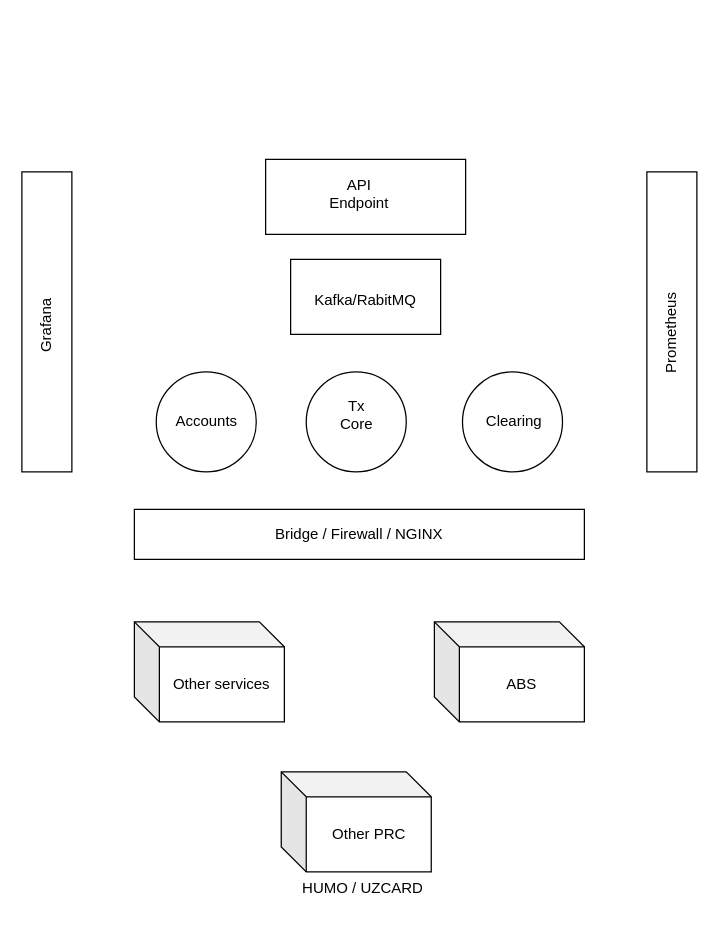
This is Untitled Diagram.drawio from bobomurod/eduLinks, a draw.io file, before an edit. Source tidied: cells renumbered, new cells numbered last; positions are measured from the earlier drawing's top-left corner, leaving out a move shared by most shapes. Both pictures are drawn from the tidied source at 125%, with x=0, y=0 at pixel (21, 159). Pictures stored in the file or linked from it are replaced by grey dashed boxes.
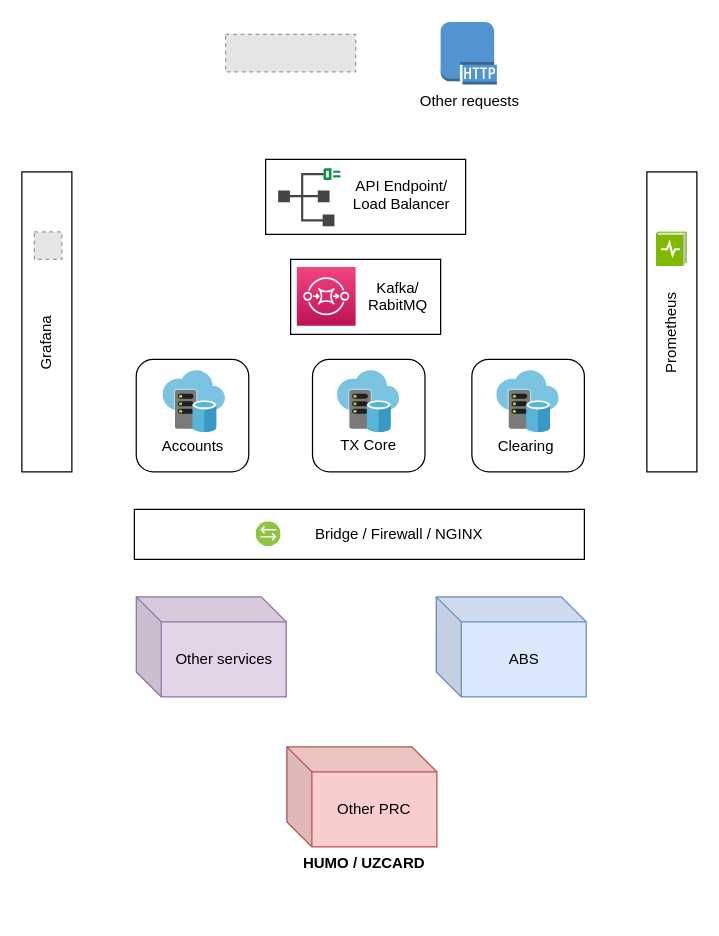
After the change.

Change to the diagram source:
```diff
@@
+    <mxCell id="23" style="rounded=1;whiteSpace=wrap;html=1;" parent="1" vertex="1">
+      <mxGeometry x="91.5" y="160" width="90" height="90" as="geometry" />
+    </mxCell>
@@
-    <mxCell id="3" value="&lt;div&gt;API Endpoint&lt;/div&gt;&lt;div&gt;&lt;br&gt;&lt;/div&gt;" style="text;html=1;strokeColor=none;fillColor=none;align=center;verticalAlign=middle;whiteSpace=wrap;rounded=0;" parent="1" vertex="1">
-      <mxGeometry x="250" y="25" width="40" height="20" as="geometry" />
+    <mxCell id="3" value="&lt;div&gt;API Endpoint/ Load Balancer&lt;/div&gt;&lt;div&gt;&lt;br&gt;&lt;/div&gt;" style="text;html=1;strokeColor=none;fillColor=none;align=center;verticalAlign=middle;whiteSpace=wrap;rounded=0;" parent="1" vertex="1">
+      <mxGeometry x="253.5" y="26" width="100" height="20" as="geometry" />
     </mxCell>
@@
-    <mxCell id="5" value="&lt;div&gt;Kafka/RabitMQ&lt;/div&gt;&lt;div&gt;&lt;br&gt;&lt;/div&gt;" style="text;html=1;strokeColor=none;fillColor=none;align=center;verticalAlign=middle;whiteSpace=wrap;rounded=0;" parent="1" vertex="1">
-      <mxGeometry x="255" y="110" width="40" height="20" as="geometry" />
+    <mxCell id="5" value="&lt;div&gt;Kafka/&lt;/div&gt;&lt;div&gt;RabitMQ&lt;/div&gt;&lt;div&gt;&lt;br&gt;&lt;/div&gt;" style="text;html=1;strokeColor=none;fillColor=none;align=center;verticalAlign=middle;whiteSpace=wrap;rounded=0;" parent="1" vertex="1">
+      <mxGeometry x="281" y="107" width="40" height="20" as="geometry" />
     </mxCell>
-    <mxCell id="6" style="ellipse;whiteSpace=wrap;html=1;" parent="1" vertex="1">
-      <mxGeometry x="227.5" y="170" width="80" height="80" as="geometry" />
-    </mxCell>
-    <mxCell id="7" style="ellipse;whiteSpace=wrap;html=1;" parent="1" vertex="1">
-      <mxGeometry x="352.5" y="170" width="80" height="80" as="geometry" />
-    </mxCell>
-    <mxCell id="8" style="ellipse;whiteSpace=wrap;html=1;" parent="1" vertex="1">
-      <mxGeometry x="107.5" y="170" width="80" height="80" as="geometry" />
-    </mxCell>
-    <mxCell id="9" value="Accounts" style="text;html=1;strokeColor=none;fillColor=none;align=center;verticalAlign=middle;whiteSpace=wrap;rounded=0;" parent="1" vertex="1">
-      <mxGeometry x="127.5" y="200" width="40" height="20" as="geometry" />
-    </mxCell>
-    <mxCell id="10" value="&lt;div&gt;Tx Core&lt;/div&gt;&lt;div&gt;&lt;br&gt;&lt;/div&gt;" style="text;html=1;strokeColor=none;fillColor=none;align=center;verticalAlign=middle;whiteSpace=wrap;rounded=0;" parent="1" vertex="1">
-      <mxGeometry x="247.5" y="202" width="40" height="20" as="geometry" />
-    </mxCell>
-    <mxCell id="11" value="Clearing" style="text;html=1;strokeColor=none;fillColor=none;align=center;verticalAlign=middle;whiteSpace=wrap;rounded=0;" parent="1" vertex="1">
-      <mxGeometry x="374" y="200" width="40" height="20" as="geometry" />
-    </mxCell>
@@
     <mxCell id="13" value="&lt;div&gt;Grafana&lt;/div&gt;" style="text;html=1;strokeColor=none;fillColor=none;align=center;verticalAlign=middle;whiteSpace=wrap;rounded=0;rotation=-90;" parent="1" vertex="1">
-      <mxGeometry y="123" width="40" height="20" as="geometry" />
+      <mxGeometry y="137" width="40" height="20" as="geometry" />
     </mxCell>
@@
     <mxCell id="17" value="Bridge / Firewall / NGINX" style="text;html=1;strokeColor=none;fillColor=none;align=center;verticalAlign=middle;whiteSpace=wrap;rounded=0;" parent="1" vertex="1">
-      <mxGeometry x="60" y="290" width="420" height="20" as="geometry" />
+      <mxGeometry x="92" y="290" width="420" height="20" as="geometry" />
     </mxCell>
@@
-    <mxCell id="19" value="&lt;div&gt;ABS&lt;/div&gt;" style="shape=cube;whiteSpace=wrap;html=1;boundedLbl=1;backgroundOutline=1;darkOpacity=0.05;darkOpacity2=0.1;direction=east;" parent="1" vertex="1">
-      <mxGeometry x="330" y="370" width="120" height="80" as="geometry" />
+    <mxCell id="19" value="&lt;div&gt;ABS&lt;/div&gt;" style="shape=cube;whiteSpace=wrap;html=1;boundedLbl=1;backgroundOutline=1;darkOpacity=0.05;darkOpacity2=0.1;direction=east;fillColor=#dae8fc;strokeColor=#6c8ebf;" parent="1" vertex="1">
+      <mxGeometry x="331.5" y="350" width="120" height="80" as="geometry" />
     </mxCell>
-    <mxCell id="20" value="Other services" style="shape=cube;whiteSpace=wrap;html=1;boundedLbl=1;backgroundOutline=1;darkOpacity=0.05;darkOpacity2=0.1;" parent="1" vertex="1">
-      <mxGeometry x="90" y="370" width="120" height="80" as="geometry" />
+    <mxCell id="20" value="Other services" style="shape=cube;whiteSpace=wrap;html=1;boundedLbl=1;backgroundOutline=1;darkOpacity=0.05;darkOpacity2=0.1;fillColor=#e1d5e7;strokeColor=#9673a6;" parent="1" vertex="1">
+      <mxGeometry x="91.5" y="350" width="120" height="80" as="geometry" />
     </mxCell>
-    <mxCell id="21" value="Other PRC" style="shape=cube;whiteSpace=wrap;html=1;boundedLbl=1;backgroundOutline=1;darkOpacity=0.05;darkOpacity2=0.1;" parent="1" vertex="1">
-      <mxGeometry x="207.5" y="490" width="120" height="80" as="geometry" />
+    <mxCell id="21" value="Other PRC" style="shape=cube;whiteSpace=wrap;html=1;boundedLbl=1;backgroundOutline=1;darkOpacity=0.05;darkOpacity2=0.1;fillColor=#f8cecc;strokeColor=#b85450;" parent="1" vertex="1">
+      <mxGeometry x="212" y="470" width="120" height="80" as="geometry" />
     </mxCell>
-    <mxCell id="22" value="&lt;div&gt;HUMO / UZCARD&lt;/div&gt;&lt;div&gt;&lt;br&gt;&lt;/div&gt;" style="text;html=1;strokeColor=none;fillColor=none;align=center;verticalAlign=middle;whiteSpace=wrap;rounded=0;" parent="1" vertex="1">
-      <mxGeometry x="192.5" y="580" width="160" height="20" as="geometry" />
+    <mxCell id="22" value="&lt;div&gt;&lt;b&gt;HUMO / UZCARD&lt;/b&gt;&lt;/div&gt;&lt;div&gt;&lt;b&gt;&lt;br&gt;&lt;/b&gt;&lt;/div&gt;" style="text;html=1;strokeColor=none;fillColor=none;align=center;verticalAlign=middle;whiteSpace=wrap;rounded=0;" parent="1" vertex="1">
+      <mxGeometry x="194" y="560" width="160" height="20" as="geometry" />
     </mxCell>
+    <mxCell id="24" style="fillColor=#E6E6E6;strokeColor=#999999;dashed=1;verticalLabelPosition=bottom;labelBackgroundColor=#ffffff;verticalAlign=top;" parent="1" vertex="1">
+      <mxGeometry x="163" y="-100" width="104" height="30" as="geometry" />
+    </mxCell>
+    <mxCell id="25" value="Other requests" style="dashed=0;verticalLabelPosition=bottom;verticalAlign=top;align=center;html=1;shape=mxgraph.aws3.http_protocol;fillColor=#5294CF;gradientColor=none;" parent="1" vertex="1">
+      <mxGeometry x="335" y="-110" width="45" height="50" as="geometry" />
+    </mxCell>
+    <mxCell id="26" style="html=1;perimeter=none;align=center;shadow=0;dashed=0;image;fontSize=12;image=img/lib/mscae/Virtual_Datacenter.svg;" parent="1" vertex="1">
+      <mxGeometry x="113" y="169" width="50" height="50" as="geometry" />
+    </mxCell>
+    <mxCell id="27" style="rounded=1;whiteSpace=wrap;html=1;" parent="1" vertex="1">
+      <mxGeometry x="232.5" y="160" width="90" height="90" as="geometry" />
+    </mxCell>
+    <mxCell id="28" style="html=1;perimeter=none;align=center;shadow=0;dashed=0;image;fontSize=12;image=img/lib/mscae/Virtual_Datacenter.svg;" parent="1" vertex="1">
+      <mxGeometry x="252.5" y="169" width="50" height="50" as="geometry" />
+    </mxCell>
+    <mxCell id="29" style="rounded=1;whiteSpace=wrap;html=1;" parent="1" vertex="1">
+      <mxGeometry x="360" y="160" width="90" height="90" as="geometry" />
+    </mxCell>
+    <mxCell id="30" style="html=1;perimeter=none;align=center;shadow=0;dashed=0;image;fontSize=12;image=img/lib/mscae/Virtual_Datacenter.svg;" parent="1" vertex="1">
+      <mxGeometry x="380" y="169" width="50" height="50" as="geometry" />
+    </mxCell>
+    <mxCell id="9" value="Accounts" style="text;html=1;strokeColor=none;fillColor=none;align=center;verticalAlign=middle;whiteSpace=wrap;rounded=0;" parent="1" vertex="1">
+      <mxGeometry x="116.5" y="220" width="40" height="20" as="geometry" />
+    </mxCell>
+    <mxCell id="31" value="TX Core" style="text;html=1;strokeColor=none;fillColor=none;align=center;verticalAlign=middle;whiteSpace=wrap;rounded=0;" parent="1" vertex="1">
+      <mxGeometry x="250" y="219" width="55" height="20" as="geometry" />
+    </mxCell>
+    <mxCell id="11" value="Clearing" style="text;html=1;strokeColor=none;fillColor=none;align=center;verticalAlign=middle;whiteSpace=wrap;rounded=0;" parent="1" vertex="1">
+      <mxGeometry x="381" y="220" width="45" height="20" as="geometry" />
+    </mxCell>
+    <mxCell id="32" style="perimeter=ellipsePerimeter;html=1;align=center;shadow=0;dashed=0;fontColor=#4277BB;labelBackgroundColor=#ffffff;fontSize=12;spacingTop=3;image;image=img/lib/ibm/vpc/Bridge.svg;" parent="1" vertex="1">
+      <mxGeometry x="187.5" y="290" width="20" height="20" as="geometry" />
+    </mxCell>
+    <mxCell id="33" style="shadow=0;dashed=0;html=1;strokeColor=none;fillColor=#434445;labelPosition=center;verticalLabelPosition=bottom;verticalAlign=top;align=center;shape=mxgraph.vvd.endpoint;" parent="1" vertex="1">
+      <mxGeometry x="205" y="7" width="50" height="46.5" as="geometry" />
+    </mxCell>
+    <mxCell id="34" style="fontColor=#232F3E;gradientColor=#F34482;gradientDirection=north;fillColor=#BC1356;strokeColor=#ffffff;dashed=0;verticalLabelPosition=bottom;verticalAlign=top;align=center;html=1;fontSize=12;fontStyle=0;shape=mxgraph.aws4.resourceIcon;resIcon=mxgraph.aws4.sqs;" parent="1" vertex="1">
+      <mxGeometry x="220" y="86" width="47" height="47" as="geometry" />
+    </mxCell>
+    <mxCell id="35" style="html=1;perimeter=none;align=center;shadow=0;dashed=0;image;fontSize=12;image=img/lib/mscae/LogDiagnostics.svg;" parent="1" vertex="1">
+      <mxGeometry x="507.5" y="58" width="25" height="28" as="geometry" />
+    </mxCell>
+    <mxCell id="36" style="fillColor=#E6E6E6;strokeColor=#999999;dashed=1;html=1;verticalAlign=top;verticalLabelPosition=bottom;labelBackgroundColor=#ffffff;" parent="1" vertex="1">
+      <mxGeometry x="10" y="58" width="22" height="22" as="geometry" />
+    </mxCell>
```
